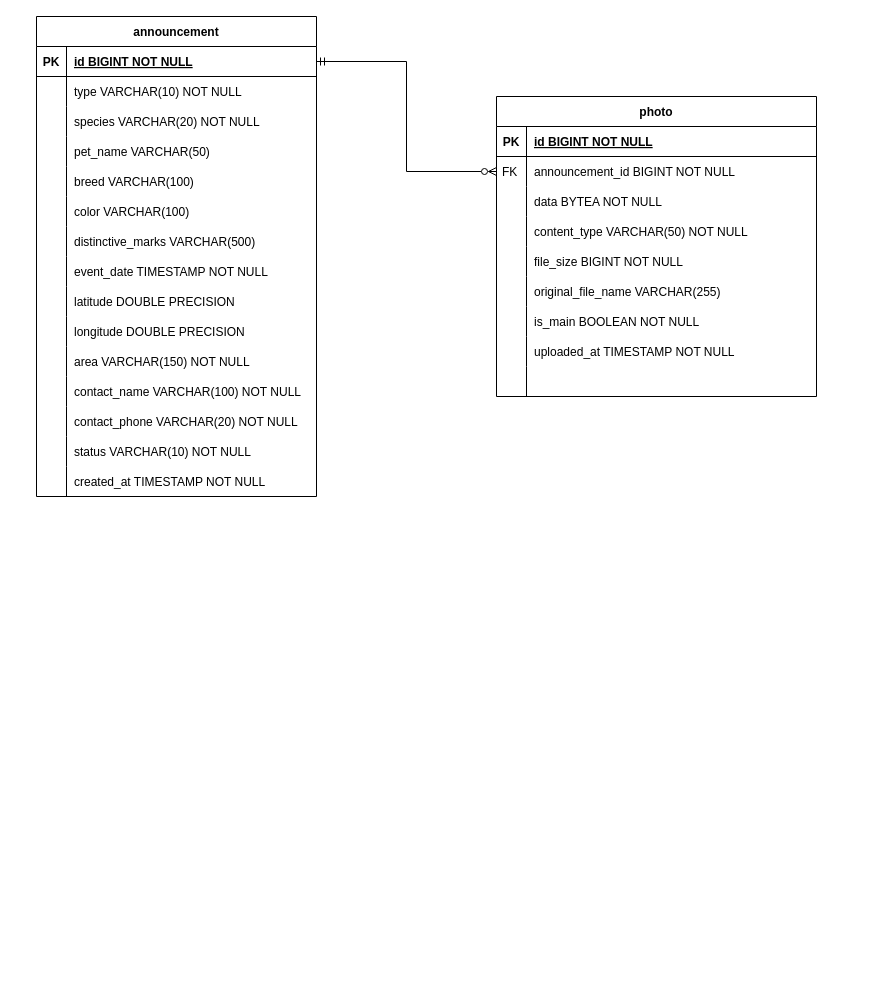
NineLives-exe-UBB/safepaws keeps this draw.io diagram as docs/db_stuff/SafePaws.drawio. Above is the earlier version. Source tidied: cells renumbered, new cells numbered last; positions are measured from the earlier drawing's top-left corner, leaving out a move shared by most shapes. Both pictures are drawn from the tidied source at 100%, with x=0, y=0 at pixel (36, 16).
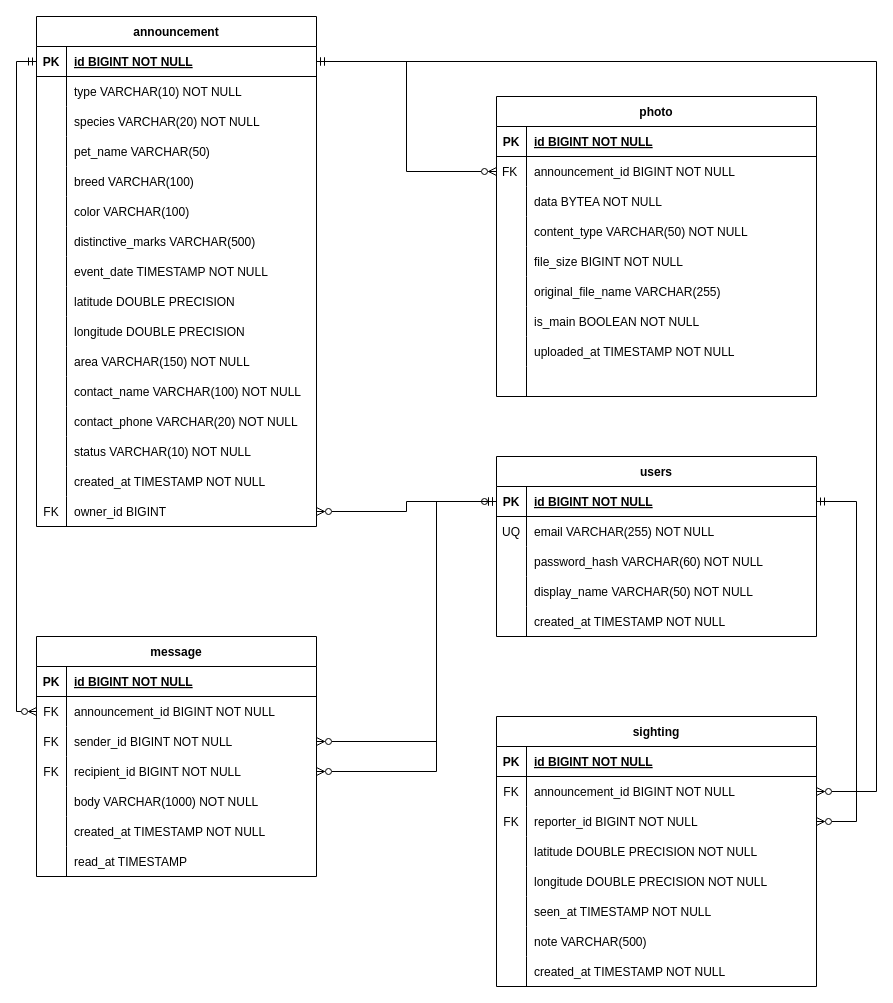
The same diagram, later.

Commit message (it also covers changes not shown here):
Add the users, message and sighting tables to the ER diagram

The change refers to these unchanged cells:
```xml
<mxCell id="3" style="shape=tableRow;horizontal=0;startSize=0;swimlaneHead=0;swimlaneBody=0;fillColor=none;points=[[0,0.5],[1,0.5]];portConstraint=eastwest;strokeColor=inherit;top=0;left=0;right=0;bottom=1;" parent="2" vertex="1">
  <mxGeometry y="30" width="280" height="30" as="geometry" />
</mxCell>
```

Change to the diagram source:
```diff
@@
     <mxCell id="2" value="announcement" style="shape=table;startSize=30;childLayout=tableLayout;rowLines=0;fontStyle=1;align=center;" parent="1" vertex="1">
-      <mxGeometry width="280" height="480" as="geometry" />
+      <mxGeometry width="280" height="510" as="geometry" />
     </mxCell>
@@
+    <mxCell id="77" style="shape=tableRow;horizontal=0;startSize=0;swimlaneHead=0;swimlaneBody=0;fillColor=none;points=[[0,0.5],[1,0.5]];portConstraint=eastwest;strokeColor=inherit;top=0;left=0;right=0;bottom=0;" parent="2" vertex="1">
+      <mxGeometry y="480" width="280" height="30" as="geometry" />
+    </mxCell>
+    <mxCell id="78" value="FK" style="shape=partialRectangle;overflow=hidden;fillColor=none;strokeColor=inherit;top=0;left=0;bottom=0;right=0;" parent="77" vertex="1">
+      <mxGeometry width="30" height="30" as="geometry" />
+    </mxCell>
+    <mxCell id="79" value="owner_id BIGINT" style="shape=partialRectangle;overflow=hidden;fillColor=none;align=left;strokeColor=inherit;top=0;left=0;bottom=0;right=0;spacingLeft=6;" parent="77" vertex="1">
+      <mxGeometry x="30" width="250" height="30" as="geometry" />
+    </mxCell>
@@
+    <mxCell id="80" value="users" style="shape=table;startSize=30;childLayout=tableLayout;rowLines=0;fontStyle=1;align=center;" parent="1" vertex="1">
+      <mxGeometry x="460" y="440" width="320" height="180" as="geometry" />
+    </mxCell>
+    <mxCell id="81" style="shape=tableRow;horizontal=0;startSize=0;swimlaneHead=0;swimlaneBody=0;fillColor=none;points=[[0,0.5],[1,0.5]];portConstraint=eastwest;strokeColor=inherit;top=0;left=0;right=0;bottom=1;" parent="80" vertex="1">
+      <mxGeometry y="30" width="320" height="30" as="geometry" />
+    </mxCell>
+    <mxCell id="82" value="PK" style="shape=partialRectangle;overflow=hidden;fillColor=none;strokeColor=inherit;top=0;left=0;bottom=0;right=0;fontStyle=1;" parent="81" vertex="1">
+      <mxGeometry width="30" height="30" as="geometry" />
+    </mxCell>
+    <mxCell id="83" value="id BIGINT NOT NULL" style="shape=partialRectangle;overflow=hidden;fillColor=none;align=left;strokeColor=inherit;top=0;left=0;bottom=0;right=0;spacingLeft=6;fontStyle=5;" parent="81" vertex="1">
+      <mxGeometry x="30" width="290" height="30" as="geometry" />
+    </mxCell>
+    <mxCell id="84" style="shape=tableRow;horizontal=0;startSize=0;swimlaneHead=0;swimlaneBody=0;fillColor=none;strokeColor=inherit;top=0;left=0;right=0;bottom=0;" parent="80" vertex="1">
+      <mxGeometry y="60" width="320" height="30" as="geometry" />
+    </mxCell>
+    <mxCell id="85" value="UQ" style="shape=partialRectangle;overflow=hidden;fillColor=none;strokeColor=inherit;top=0;left=0;bottom=0;right=0;" parent="84" vertex="1">
+      <mxGeometry width="30" height="30" as="geometry" />
+    </mxCell>
+    <mxCell id="86" value="email VARCHAR(255) NOT NULL" style="shape=partialRectangle;overflow=hidden;fillColor=none;align=left;strokeColor=inherit;top=0;left=0;bottom=0;right=0;spacingLeft=6;" parent="84" vertex="1">
+      <mxGeometry x="30" width="290" height="30" as="geometry" />
+    </mxCell>
+    <mxCell id="87" style="shape=tableRow;horizontal=0;startSize=0;swimlaneHead=0;swimlaneBody=0;fillColor=none;strokeColor=inherit;top=0;left=0;right=0;bottom=0;" parent="80" vertex="1">
+      <mxGeometry y="90" width="320" height="30" as="geometry" />
+    </mxCell>
+    <mxCell id="88" style="shape=partialRectangle;overflow=hidden;fillColor=none;strokeColor=inherit;top=0;left=0;bottom=0;right=0;" parent="87" vertex="1">
+      <mxGeometry width="30" height="30" as="geometry" />
+    </mxCell>
+    <mxCell id="89" value="password_hash VARCHAR(60) NOT NULL" style="shape=partialRectangle;overflow=hidden;fillColor=none;align=left;strokeColor=inherit;top=0;left=0;bottom=0;right=0;spacingLeft=6;" parent="87" vertex="1">
+      <mxGeometry x="30" width="290" height="30" as="geometry" />
+    </mxCell>
+    <mxCell id="90" style="shape=tableRow;horizontal=0;startSize=0;swimlaneHead=0;swimlaneBody=0;fillColor=none;strokeColor=inherit;top=0;left=0;right=0;bottom=0;" parent="80" vertex="1">
+      <mxGeometry y="120" width="320" height="30" as="geometry" />
+    </mxCell>
+    <mxCell id="91" style="shape=partialRectangle;overflow=hidden;fillColor=none;strokeColor=inherit;top=0;left=0;bottom=0;right=0;" parent="90" vertex="1">
+      <mxGeometry width="30" height="30" as="geometry" />
+    </mxCell>
+    <mxCell id="92" value="display_name VARCHAR(50) NOT NULL" style="shape=partialRectangle;overflow=hidden;fillColor=none;align=left;strokeColor=inherit;top=0;left=0;bottom=0;right=0;spacingLeft=6;" parent="90" vertex="1">
+      <mxGeometry x="30" width="290" height="30" as="geometry" />
+    </mxCell>
+    <mxCell id="93" style="shape=tableRow;horizontal=0;startSize=0;swimlaneHead=0;swimlaneBody=0;fillColor=none;strokeColor=inherit;top=0;left=0;right=0;bottom=0;" parent="80" vertex="1">
+      <mxGeometry y="150" width="320" height="30" as="geometry" />
+    </mxCell>
+    <mxCell id="94" style="shape=partialRectangle;overflow=hidden;fillColor=none;strokeColor=inherit;top=0;left=0;bottom=0;right=0;" parent="93" vertex="1">
+      <mxGeometry width="30" height="30" as="geometry" />
+    </mxCell>
+    <mxCell id="95" value="created_at TIMESTAMP NOT NULL" style="shape=partialRectangle;overflow=hidden;fillColor=none;align=left;strokeColor=inherit;top=0;left=0;bottom=0;right=0;spacingLeft=6;" parent="93" vertex="1">
+      <mxGeometry x="30" width="290" height="30" as="geometry" />
+    </mxCell>
+    <mxCell id="96" value="message" style="shape=table;startSize=30;childLayout=tableLayout;rowLines=0;fontStyle=1;align=center;" parent="1" vertex="1">
+      <mxGeometry y="620" width="280" height="240" as="geometry" />
+    </mxCell>
+    <mxCell id="97" style="shape=tableRow;horizontal=0;startSize=0;swimlaneHead=0;swimlaneBody=0;fillColor=none;strokeColor=inherit;top=0;left=0;right=0;bottom=1;" parent="96" vertex="1">
+      <mxGeometry y="30" width="280" height="30" as="geometry" />
+    </mxCell>
+    <mxCell id="98" value="PK" style="shape=partialRectangle;overflow=hidden;fillColor=none;strokeColor=inherit;top=0;left=0;bottom=0;right=0;fontStyle=1;" parent="97" vertex="1">
+      <mxGeometry width="30" height="30" as="geometry" />
+    </mxCell>
+    <mxCell id="99" value="id BIGINT NOT NULL" style="shape=partialRectangle;overflow=hidden;fillColor=none;align=left;strokeColor=inherit;top=0;left=0;bottom=0;right=0;spacingLeft=6;fontStyle=5;" parent="97" vertex="1">
+      <mxGeometry x="30" width="250" height="30" as="geometry" />
+    </mxCell>
+    <mxCell id="100" style="shape=tableRow;horizontal=0;startSize=0;swimlaneHead=0;swimlaneBody=0;fillColor=none;points=[[0,0.5],[1,0.5]];portConstraint=eastwest;strokeColor=inherit;top=0;left=0;right=0;bottom=0;" parent="96" vertex="1">
+      <mxGeometry y="60" width="280" height="30" as="geometry" />
+    </mxCell>
+    <mxCell id="101" value="FK" style="shape=partialRectangle;overflow=hidden;fillColor=none;strokeColor=inherit;top=0;left=0;bottom=0;right=0;" parent="100" vertex="1">
+      <mxGeometry width="30" height="30" as="geometry" />
+    </mxCell>
+    <mxCell id="102" value="announcement_id BIGINT NOT NULL" style="shape=partialRectangle;overflow=hidden;fillColor=none;align=left;strokeColor=inherit;top=0;left=0;bottom=0;right=0;spacingLeft=6;" parent="100" vertex="1">
+      <mxGeometry x="30" width="250" height="30" as="geometry" />
+    </mxCell>
+    <mxCell id="103" style="shape=tableRow;horizontal=0;startSize=0;swimlaneHead=0;swimlaneBody=0;fillColor=none;points=[[0,0.5],[1,0.5]];portConstraint=eastwest;strokeColor=inherit;top=0;left=0;right=0;bottom=0;" parent="96" vertex="1">
+      <mxGeometry y="90" width="280" height="30" as="geometry" />
+    </mxCell>
+    <mxCell id="104" value="FK" style="shape=partialRectangle;overflow=hidden;fillColor=none;strokeColor=inherit;top=0;left=0;bottom=0;right=0;" parent="103" vertex="1">
+      <mxGeometry width="30" height="30" as="geometry" />
+    </mxCell>
+    <mxCell id="105" value="sender_id BIGINT NOT NULL" style="shape=partialRectangle;overflow=hidden;fillColor=none;align=left;strokeColor=inherit;top=0;left=0;bottom=0;right=0;spacingLeft=6;" parent="103" vertex="1">
+      <mxGeometry x="30" width="250" height="30" as="geometry" />
+    </mxCell>
+    <mxCell id="106" style="shape=tableRow;horizontal=0;startSize=0;swimlaneHead=0;swimlaneBody=0;fillColor=none;points=[[0,0.5],[1,0.5]];portConstraint=eastwest;strokeColor=inherit;top=0;left=0;right=0;bottom=0;" parent="96" vertex="1">
+      <mxGeometry y="120" width="280" height="30" as="geometry" />
+    </mxCell>
+    <mxCell id="107" value="FK" style="shape=partialRectangle;overflow=hidden;fillColor=none;strokeColor=inherit;top=0;left=0;bottom=0;right=0;" parent="106" vertex="1">
+      <mxGeometry width="30" height="30" as="geometry" />
+    </mxCell>
+    <mxCell id="108" value="recipient_id BIGINT NOT NULL" style="shape=partialRectangle;overflow=hidden;fillColor=none;align=left;strokeColor=inherit;top=0;left=0;bottom=0;right=0;spacingLeft=6;" parent="106" vertex="1">
+      <mxGeometry x="30" width="250" height="30" as="geometry" />
+    </mxCell>
+    <mxCell id="109" style="shape=tableRow;horizontal=0;startSize=0;swimlaneHead=0;swimlaneBody=0;fillColor=none;strokeColor=inherit;top=0;left=0;right=0;bottom=0;" parent="96" vertex="1">
+      <mxGeometry y="150" width="280" height="30" as="geometry" />
+    </mxCell>
+    <mxCell id="110" style="shape=partialRectangle;overflow=hidden;fillColor=none;strokeColor=inherit;top=0;left=0;bottom=0;right=0;" parent="109" vertex="1">
+      <mxGeometry width="30" height="30" as="geometry" />
+    </mxCell>
+    <mxCell id="111" value="body VARCHAR(1000) NOT NULL" style="shape=partialRectangle;overflow=hidden;fillColor=none;align=left;strokeColor=inherit;top=0;left=0;bottom=0;right=0;spacingLeft=6;" parent="109" vertex="1">
+      <mxGeometry x="30" width="250" height="30" as="geometry" />
+    </mxCell>
+    <mxCell id="112" style="shape=tableRow;horizontal=0;startSize=0;swimlaneHead=0;swimlaneBody=0;fillColor=none;strokeColor=inherit;top=0;left=0;right=0;bottom=0;" parent="96" vertex="1">
+      <mxGeometry y="180" width="280" height="30" as="geometry" />
+    </mxCell>
+    <mxCell id="113" style="shape=partialRectangle;overflow=hidden;fillColor=none;strokeColor=inherit;top=0;left=0;bottom=0;right=0;" parent="112" vertex="1">
+      <mxGeometry width="30" height="30" as="geometry" />
+    </mxCell>
+    <mxCell id="114" value="created_at TIMESTAMP NOT NULL" style="shape=partialRectangle;overflow=hidden;fillColor=none;align=left;strokeColor=inherit;top=0;left=0;bottom=0;right=0;spacingLeft=6;" parent="112" vertex="1">
+      <mxGeometry x="30" width="250" height="30" as="geometry" />
+    </mxCell>
+    <mxCell id="115" style="shape=tableRow;horizontal=0;startSize=0;swimlaneHead=0;swimlaneBody=0;fillColor=none;strokeColor=inherit;top=0;left=0;right=0;bottom=0;" parent="96" vertex="1">
+      <mxGeometry y="210" width="280" height="30" as="geometry" />
+    </mxCell>
+    <mxCell id="116" style="shape=partialRectangle;overflow=hidden;fillColor=none;strokeColor=inherit;top=0;left=0;bottom=0;right=0;" parent="115" vertex="1">
+      <mxGeometry width="30" height="30" as="geometry" />
+    </mxCell>
+    <mxCell id="117" value="read_at TIMESTAMP" style="shape=partialRectangle;overflow=hidden;fillColor=none;align=left;strokeColor=inherit;top=0;left=0;bottom=0;right=0;spacingLeft=6;" parent="115" vertex="1">
+      <mxGeometry x="30" width="250" height="30" as="geometry" />
+    </mxCell>
+    <mxCell id="118" value="sighting" style="shape=table;startSize=30;childLayout=tableLayout;rowLines=0;fontStyle=1;align=center;" parent="1" vertex="1">
+      <mxGeometry x="460" y="700" width="320" height="270" as="geometry" />
+    </mxCell>
+    <mxCell id="119" style="shape=tableRow;horizontal=0;startSize=0;swimlaneHead=0;swimlaneBody=0;fillColor=none;strokeColor=inherit;top=0;left=0;right=0;bottom=1;" parent="118" vertex="1">
+      <mxGeometry y="30" width="320" height="30" as="geometry" />
+    </mxCell>
+    <mxCell id="120" value="PK" style="shape=partialRectangle;overflow=hidden;fillColor=none;strokeColor=inherit;top=0;left=0;bottom=0;right=0;fontStyle=1;" parent="119" vertex="1">
+      <mxGeometry width="30" height="30" as="geometry" />
+    </mxCell>
+    <mxCell id="121" value="id BIGINT NOT NULL" style="shape=partialRectangle;overflow=hidden;fillColor=none;align=left;strokeColor=inherit;top=0;left=0;bottom=0;right=0;spacingLeft=6;fontStyle=5;" parent="119" vertex="1">
+      <mxGeometry x="30" width="290" height="30" as="geometry" />
+    </mxCell>
+    <mxCell id="122" style="shape=tableRow;horizontal=0;startSize=0;swimlaneHead=0;swimlaneBody=0;fillColor=none;points=[[0,0.5],[1,0.5]];portConstraint=eastwest;strokeColor=inherit;top=0;left=0;right=0;bottom=0;" parent="118" vertex="1">
+      <mxGeometry y="60" width="320" height="30" as="geometry" />
+    </mxCell>
+    <mxCell id="123" value="FK" style="shape=partialRectangle;overflow=hidden;fillColor=none;strokeColor=inherit;top=0;left=0;bottom=0;right=0;" parent="122" vertex="1">
+      <mxGeometry width="30" height="30" as="geometry" />
+    </mxCell>
+    <mxCell id="124" value="announcement_id BIGINT NOT NULL" style="shape=partialRectangle;overflow=hidden;fillColor=none;align=left;strokeColor=inherit;top=0;left=0;bottom=0;right=0;spacingLeft=6;" parent="122" vertex="1">
+      <mxGeometry x="30" width="290" height="30" as="geometry" />
+    </mxCell>
+    <mxCell id="125" style="shape=tableRow;horizontal=0;startSize=0;swimlaneHead=0;swimlaneBody=0;fillColor=none;points=[[0,0.5],[1,0.5]];portConstraint=eastwest;strokeColor=inherit;top=0;left=0;right=0;bottom=0;" parent="118" vertex="1">
+      <mxGeometry y="90" width="320" height="30" as="geometry" />
+    </mxCell>
+    <mxCell id="126" value="FK" style="shape=partialRectangle;overflow=hidden;fillColor=none;strokeColor=inherit;top=0;left=0;bottom=0;right=0;" parent="125" vertex="1">
+      <mxGeometry width="30" height="30" as="geometry" />
+    </mxCell>
+    <mxCell id="127" value="reporter_id BIGINT NOT NULL" style="shape=partialRectangle;overflow=hidden;fillColor=none;align=left;strokeColor=inherit;top=0;left=0;bottom=0;right=0;spacingLeft=6;" parent="125" vertex="1">
+      <mxGeometry x="30" width="290" height="30" as="geometry" />
+    </mxCell>
+    <mxCell id="128" style="shape=tableRow;horizontal=0;startSize=0;swimlaneHead=0;swimlaneBody=0;fillColor=none;strokeColor=inherit;top=0;left=0;right=0;bottom=0;" parent="118" vertex="1">
+      <mxGeometry y="120" width="320" height="30" as="geometry" />
+    </mxCell>
+    <mxCell id="129" style="shape=partialRectangle;overflow=hidden;fillColor=none;strokeColor=inherit;top=0;left=0;bottom=0;right=0;" parent="128" vertex="1">
+      <mxGeometry width="30" height="30" as="geometry" />
+    </mxCell>
+    <mxCell id="130" value="latitude DOUBLE PRECISION NOT NULL" style="shape=partialRectangle;overflow=hidden;fillColor=none;align=left;strokeColor=inherit;top=0;left=0;bottom=0;right=0;spacingLeft=6;" parent="128" vertex="1">
+      <mxGeometry x="30" width="290" height="30" as="geometry" />
+    </mxCell>
+    <mxCell id="131" style="shape=tableRow;horizontal=0;startSize=0;swimlaneHead=0;swimlaneBody=0;fillColor=none;strokeColor=inherit;top=0;left=0;right=0;bottom=0;" parent="118" vertex="1">
+      <mxGeometry y="150" width="320" height="30" as="geometry" />
+    </mxCell>
+    <mxCell id="132" style="shape=partialRectangle;overflow=hidden;fillColor=none;strokeColor=inherit;top=0;left=0;bottom=0;right=0;" parent="131" vertex="1">
+      <mxGeometry width="30" height="30" as="geometry" />
+    </mxCell>
+    <mxCell id="133" value="longitude DOUBLE PRECISION NOT NULL" style="shape=partialRectangle;overflow=hidden;fillColor=none;align=left;strokeColor=inherit;top=0;left=0;bottom=0;right=0;spacingLeft=6;" parent="131" vertex="1">
+      <mxGeometry x="30" width="290" height="30" as="geometry" />
+    </mxCell>
+    <mxCell id="134" style="shape=tableRow;horizontal=0;startSize=0;swimlaneHead=0;swimlaneBody=0;fillColor=none;strokeColor=inherit;top=0;left=0;right=0;bottom=0;" parent="118" vertex="1">
+      <mxGeometry y="180" width="320" height="30" as="geometry" />
+    </mxCell>
+    <mxCell id="135" style="shape=partialRectangle;overflow=hidden;fillColor=none;strokeColor=inherit;top=0;left=0;bottom=0;right=0;" parent="134" vertex="1">
+      <mxGeometry width="30" height="30" as="geometry" />
+    </mxCell>
+    <mxCell id="136" value="seen_at TIMESTAMP NOT NULL" style="shape=partialRectangle;overflow=hidden;fillColor=none;align=left;strokeColor=inherit;top=0;left=0;bottom=0;right=0;spacingLeft=6;" parent="134" vertex="1">
+      <mxGeometry x="30" width="290" height="30" as="geometry" />
+    </mxCell>
+    <mxCell id="137" style="shape=tableRow;horizontal=0;startSize=0;swimlaneHead=0;swimlaneBody=0;fillColor=none;strokeColor=inherit;top=0;left=0;right=0;bottom=0;" parent="118" vertex="1">
+      <mxGeometry y="210" width="320" height="30" as="geometry" />
+    </mxCell>
+    <mxCell id="138" style="shape=partialRectangle;overflow=hidden;fillColor=none;strokeColor=inherit;top=0;left=0;bottom=0;right=0;" parent="137" vertex="1">
+      <mxGeometry width="30" height="30" as="geometry" />
+    </mxCell>
+    <mxCell id="139" value="note VARCHAR(500)" style="shape=partialRectangle;overflow=hidden;fillColor=none;align=left;strokeColor=inherit;top=0;left=0;bottom=0;right=0;spacingLeft=6;" parent="137" vertex="1">
+      <mxGeometry x="30" width="290" height="30" as="geometry" />
+    </mxCell>
+    <mxCell id="140" style="shape=tableRow;horizontal=0;startSize=0;swimlaneHead=0;swimlaneBody=0;fillColor=none;strokeColor=inherit;top=0;left=0;right=0;bottom=0;" parent="118" vertex="1">
+      <mxGeometry y="240" width="320" height="30" as="geometry" />
+    </mxCell>
+    <mxCell id="141" style="shape=partialRectangle;overflow=hidden;fillColor=none;strokeColor=inherit;top=0;left=0;bottom=0;right=0;" parent="140" vertex="1">
+      <mxGeometry width="30" height="30" as="geometry" />
+    </mxCell>
+    <mxCell id="142" value="created_at TIMESTAMP NOT NULL" style="shape=partialRectangle;overflow=hidden;fillColor=none;align=left;strokeColor=inherit;top=0;left=0;bottom=0;right=0;spacingLeft=6;" parent="140" vertex="1">
+      <mxGeometry x="30" width="290" height="30" as="geometry" />
+    </mxCell>
+    <mxCell id="143" style="edgeStyle=orthogonalEdgeStyle;rounded=0;jettySize=auto;html=1;defaultLabelBackgroundColor=page;startArrow=ERzeroToOne;startFill=0;endArrow=ERzeroToMany;endFill=0;exitX=0;exitY=0.5;exitDx=0;exitDy=0;entryX=1;entryY=0.5;entryDx=0;entryDy=0;" parent="1" edge="1" source="81" target="77">
+      <mxGeometry relative="1" as="geometry">
+        <Array as="points">
+          <mxPoint x="370" y="485" />
+          <mxPoint x="370" y="495" />
+        </Array>
+      </mxGeometry>
+    </mxCell>
+    <mxCell id="144" style="edgeStyle=orthogonalEdgeStyle;rounded=0;jettySize=auto;html=1;defaultLabelBackgroundColor=page;startArrow=ERmandOne;startFill=0;endArrow=ERzeroToMany;endFill=0;exitX=0;exitY=0.5;exitDx=0;exitDy=0;entryX=0;entryY=0.5;entryDx=0;entryDy=0;" parent="1" edge="1" source="3" target="100">
+      <mxGeometry relative="1" as="geometry">
+        <Array as="points">
+          <mxPoint x="-20" y="45" />
+          <mxPoint x="-20" y="695" />
+        </Array>
+      </mxGeometry>
+    </mxCell>
+    <mxCell id="145" style="edgeStyle=orthogonalEdgeStyle;rounded=0;jettySize=auto;html=1;defaultLabelBackgroundColor=page;startArrow=ERmandOne;startFill=0;endArrow=ERzeroToMany;endFill=0;exitX=0;exitY=0.5;exitDx=0;exitDy=0;entryX=1;entryY=0.5;entryDx=0;entryDy=0;" parent="1" edge="1" source="81" target="103">
+      <mxGeometry relative="1" as="geometry">
+        <Array as="points">
+          <mxPoint x="400" y="485" />
+          <mxPoint x="400" y="725" />
+        </Array>
+      </mxGeometry>
+    </mxCell>
+    <mxCell id="146" style="edgeStyle=orthogonalEdgeStyle;rounded=0;jettySize=auto;html=1;defaultLabelBackgroundColor=page;startArrow=ERmandOne;startFill=0;endArrow=ERzeroToMany;endFill=0;exitX=0;exitY=0.5;exitDx=0;exitDy=0;entryX=1;entryY=0.5;entryDx=0;entryDy=0;" parent="1" edge="1" source="81" target="106">
+      <mxGeometry relative="1" as="geometry">
+        <Array as="points">
+          <mxPoint x="400" y="485" />
+          <mxPoint x="400" y="755" />
+        </Array>
+      </mxGeometry>
+    </mxCell>
+    <mxCell id="147" style="edgeStyle=orthogonalEdgeStyle;rounded=0;jettySize=auto;html=1;defaultLabelBackgroundColor=page;startArrow=ERmandOne;startFill=0;endArrow=ERzeroToMany;endFill=0;exitX=1;exitY=0.5;exitDx=0;exitDy=0;entryX=1;entryY=0.5;entryDx=0;entryDy=0;" parent="1" edge="1" source="3" target="122">
+      <mxGeometry relative="1" as="geometry">
+        <Array as="points">
+          <mxPoint x="840" y="45" />
+          <mxPoint x="840" y="775" />
+        </Array>
+      </mxGeometry>
+    </mxCell>
+    <mxCell id="148" style="edgeStyle=orthogonalEdgeStyle;rounded=0;jettySize=auto;html=1;defaultLabelBackgroundColor=page;startArrow=ERmandOne;startFill=0;endArrow=ERzeroToMany;endFill=0;exitX=1;exitY=0.5;exitDx=0;exitDy=0;entryX=1;entryY=0.5;entryDx=0;entryDy=0;" parent="1" edge="1" source="81" target="125">
+      <mxGeometry relative="1" as="geometry">
+        <Array as="points">
+          <mxPoint x="820" y="485" />
+          <mxPoint x="820" y="805" />
+        </Array>
+      </mxGeometry>
+    </mxCell>
```
